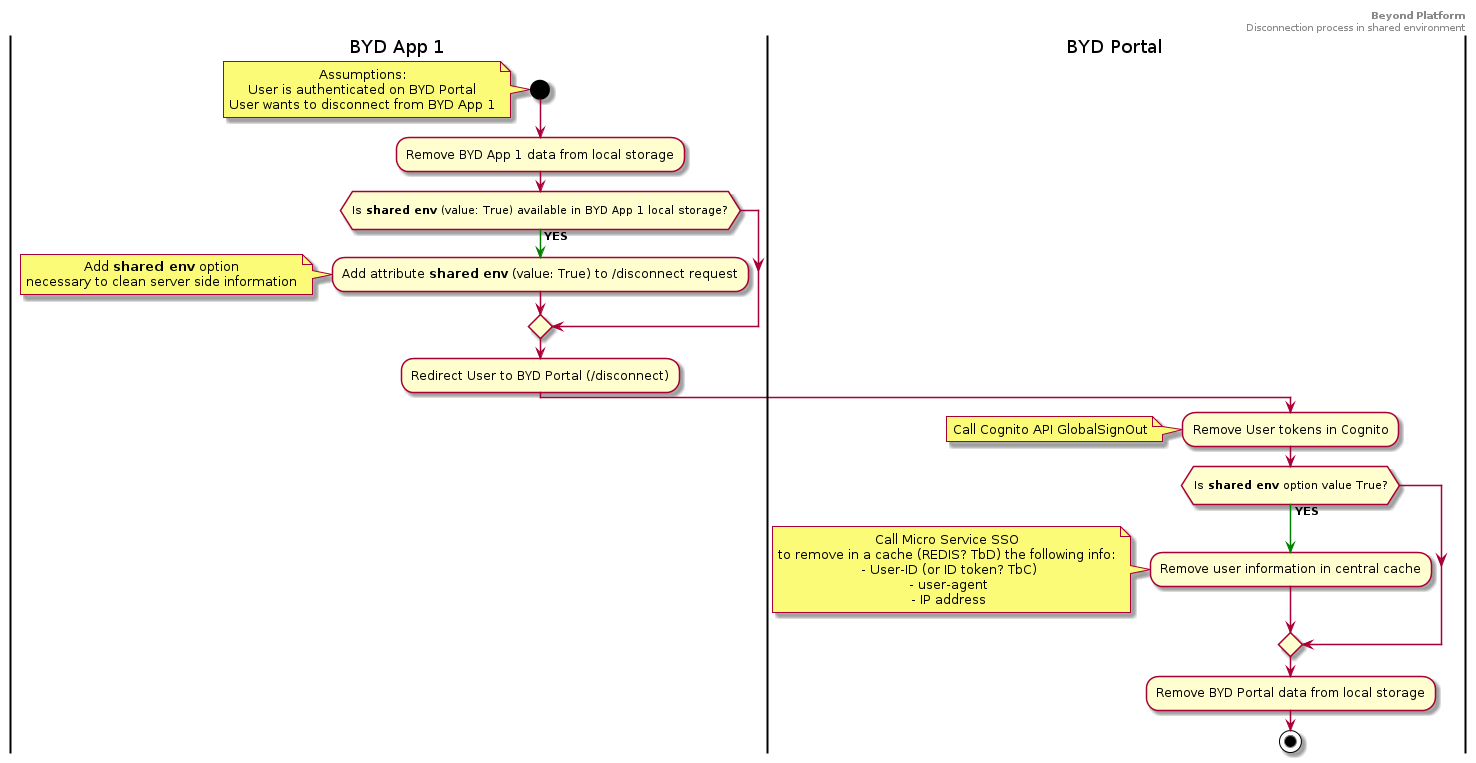
The PlantUML diagram 02.byd-Platform/2.SpecificationDossier/images/diagrams/activity-auth-shared-env-portal-disconnect.png in cogirep/documentation, before a commit.
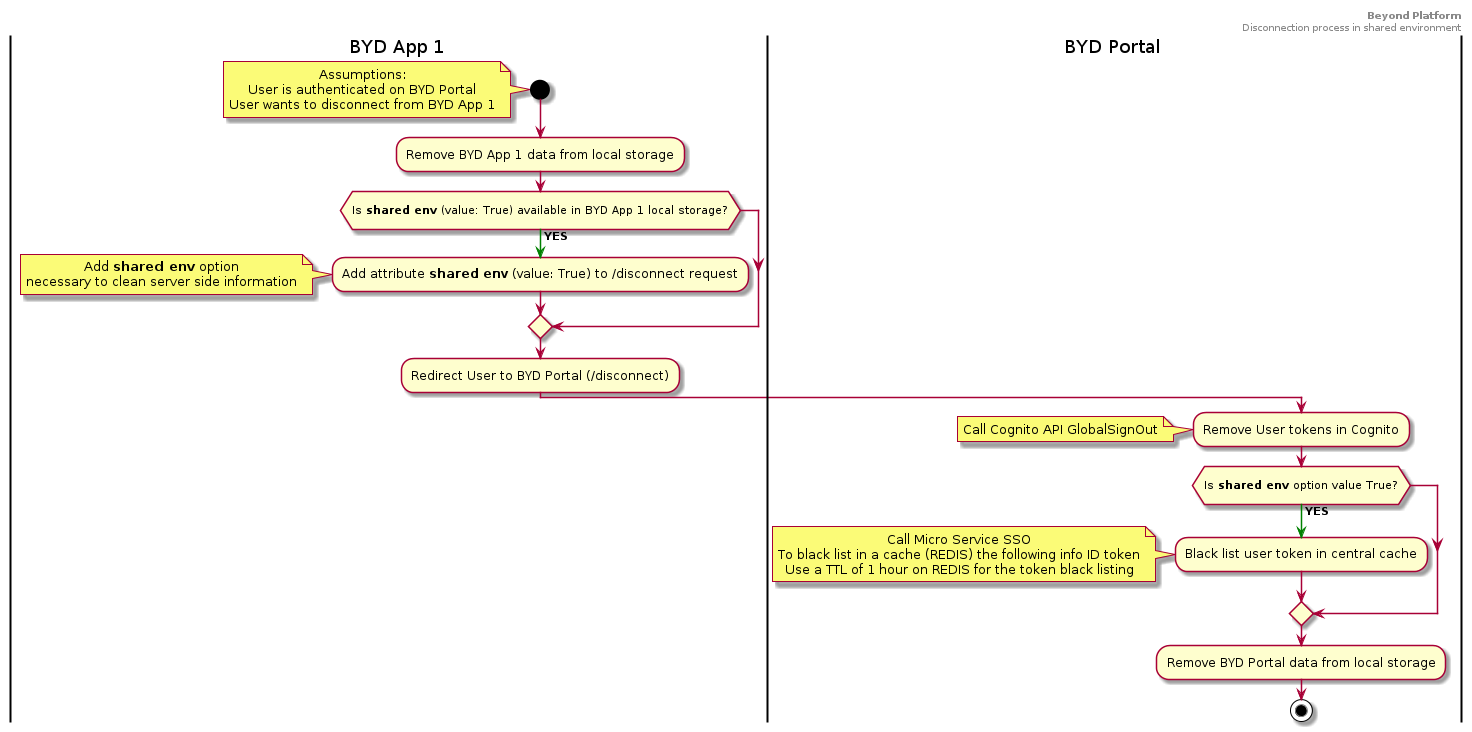
The same file after the commit.

What changed in the source:
```diff
@@ -28,13 +28,11 @@
 end note
 if (\nIs <b>shared env</b> option value True?\n) then
   -[#green]-> **YES**;
-  :Remove user information in central cache;
+  :Black list user token in central cache;
   note left
     Call Micro Service SSO
-    to remove in a cache (REDIS? TbD) the following info:
-     - User-ID (or ID token? TbC)
-     - user-agent
-     - IP address
+    To black list in a cache (REDIS) the following info ID token
+    Use a TTL of 1 hour on REDIS for the token black listing
   end note
 endif
 :Remove BYD Portal data from local storage;
```
